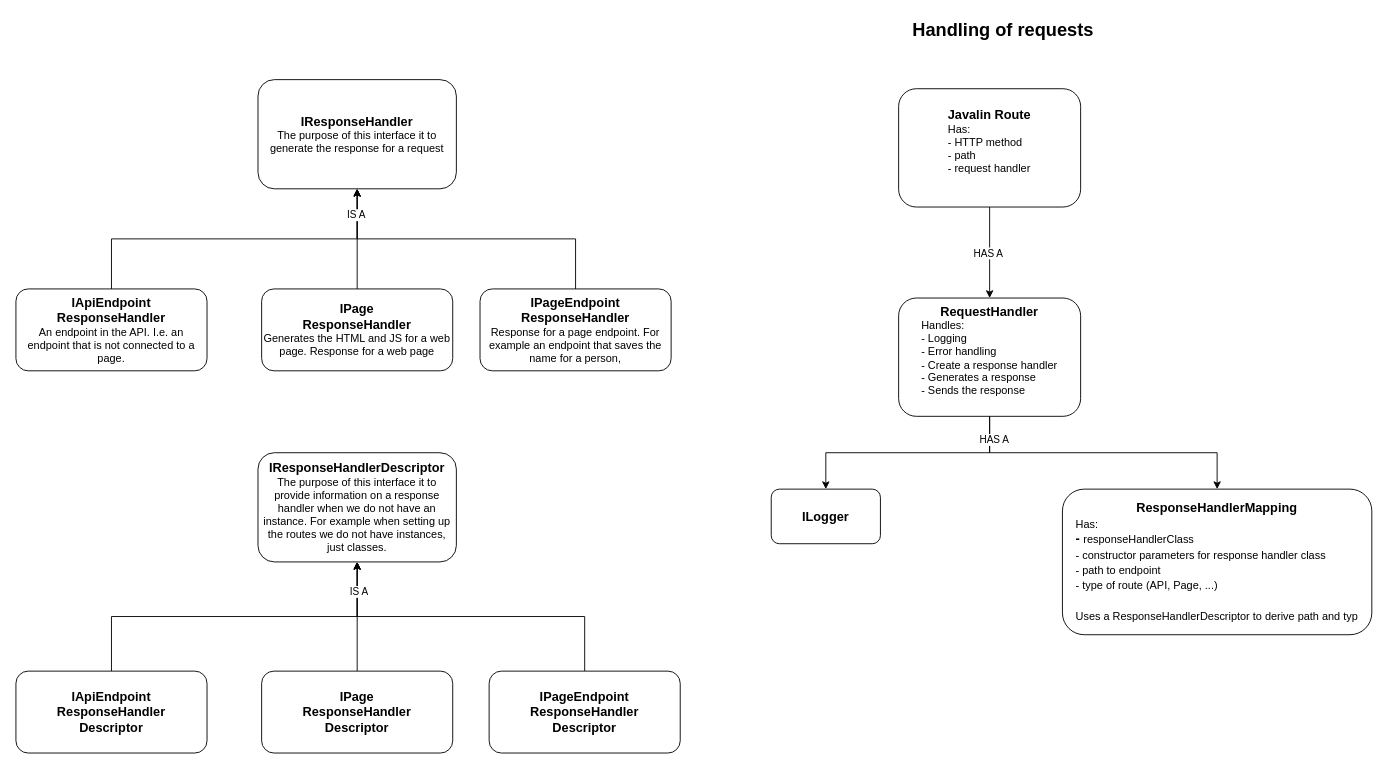
Above: diagram.drawio in Schinzel/web-blocks (draw.io), before the change. Source tidied: cells renumbered, new cells numbered last; positions are measured from the earlier drawing's top-left corner, leaving out a move shared by most shapes. Both pictures are drawn from the tidied source at 91%, with x=0, y=0 at pixel (15, 15).
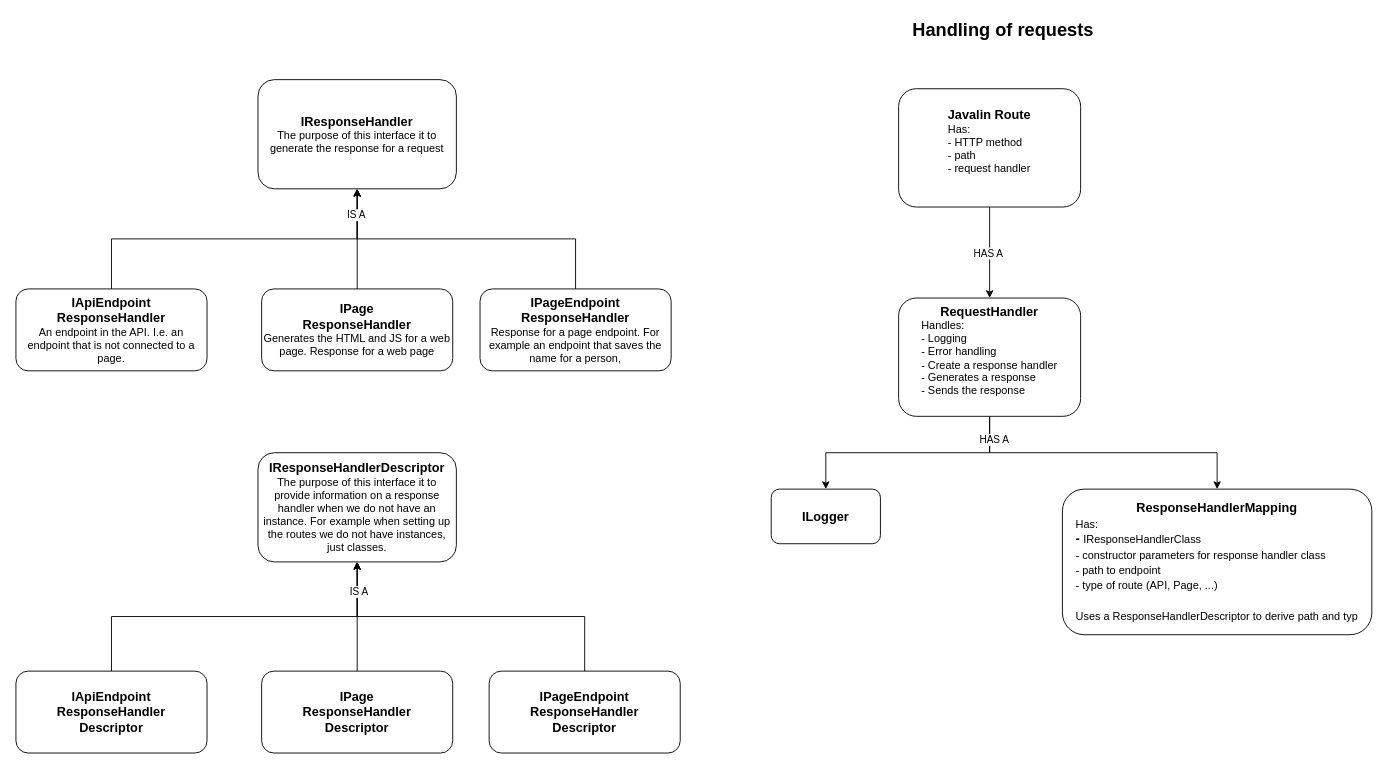
The same diagram, later.

The edit, as a diff of the source:
```diff
@@
-    <mxCell id="25" value="&lt;font style=&quot;font-size: 14px;&quot;&gt;&lt;b&gt;ResponseHandlerMapping&lt;/b&gt;&lt;br&gt;&lt;div style=&quot;text-align: left;&quot;&gt;&lt;span style=&quot;background-color: initial; font-size: 12px;&quot;&gt;Has:&lt;/span&gt;&lt;/div&gt;&lt;div style=&quot;font-weight: bold; text-align: left;&quot;&gt;&lt;b style=&quot;background-color: initial; font-size: 12px;&quot;&gt;&lt;font style=&quot;font-size: 14px;&quot;&gt;-&amp;nbsp;&lt;/font&gt;&lt;/b&gt;&lt;span style=&quot;background-color: initial; font-size: 12px; font-weight: normal;&quot;&gt;responseHandlerClass&lt;/span&gt;&lt;/div&gt;&lt;div style=&quot;font-weight: bold; text-align: left;&quot;&gt;&lt;span style=&quot;background-color: initial; font-size: 12px; font-weight: normal;&quot;&gt;- constructor parameters for response handler class&lt;/span&gt;&lt;/div&gt;&lt;div style=&quot;font-weight: bold; text-align: left;&quot;&gt;&lt;span style=&quot;background-color: initial; font-size: 12px; font-weight: normal;&quot;&gt;- path to endpoint&lt;/span&gt;&lt;/div&gt;&lt;div style=&quot;font-weight: bold; text-align: left;&quot;&gt;&lt;span style=&quot;background-color: initial; font-size: 12px; font-weight: normal;&quot;&gt;- type of route (API, Page, ...)&lt;/span&gt;&lt;/div&gt;&lt;div style=&quot;font-weight: bold; text-align: left;&quot;&gt;&lt;span style=&quot;background-color: initial; font-size: 12px; font-weight: normal;&quot;&gt;&lt;br&gt;&lt;/span&gt;&lt;/div&gt;&lt;div style=&quot;font-weight: bold; text-align: left;&quot;&gt;&lt;span style=&quot;background-color: initial; font-size: 12px; font-weight: normal;&quot;&gt;Uses a ResponseHandlerDescriptor to derive path and typ&lt;/span&gt;&lt;/div&gt;&lt;/font&gt;" style="rounded=1;whiteSpace=wrap;html=1;" parent="1" vertex="1">
+    <mxCell id="25" value="&lt;font style=&quot;&quot;&gt;&lt;b style=&quot;font-size: 14px;&quot;&gt;ResponseHandlerMapping&lt;/b&gt;&lt;br&gt;&lt;div style=&quot;font-size: 14px; text-align: left;&quot;&gt;&lt;span style=&quot;background-color: initial; font-size: 12px;&quot;&gt;Has:&lt;/span&gt;&lt;/div&gt;&lt;div style=&quot;text-align: left;&quot;&gt;&lt;span style=&quot;background-color: initial;&quot;&gt;&lt;font style=&quot;&quot;&gt;&lt;b style=&quot;font-size: 14px;&quot;&gt;- &lt;/b&gt;&lt;font style=&quot;font-size: 12px;&quot;&gt;IR&lt;/font&gt;&lt;/font&gt;&lt;/span&gt;&lt;span style=&quot;font-size: 12px; font-weight: normal; background-color: initial;&quot;&gt;esponseHandlerClass&lt;/span&gt;&lt;/div&gt;&lt;div style=&quot;font-size: 14px; font-weight: bold; text-align: left;&quot;&gt;&lt;span style=&quot;background-color: initial; font-size: 12px; font-weight: normal;&quot;&gt;- constructor parameters for response handler class&lt;/span&gt;&lt;/div&gt;&lt;div style=&quot;font-size: 14px; font-weight: bold; text-align: left;&quot;&gt;&lt;span style=&quot;background-color: initial; font-size: 12px; font-weight: normal;&quot;&gt;- path to endpoint&lt;/span&gt;&lt;/div&gt;&lt;div style=&quot;font-size: 14px; font-weight: bold; text-align: left;&quot;&gt;&lt;span style=&quot;background-color: initial; font-size: 12px; font-weight: normal;&quot;&gt;- type of route (API, Page, ...)&lt;/span&gt;&lt;/div&gt;&lt;div style=&quot;font-size: 14px; font-weight: bold; text-align: left;&quot;&gt;&lt;span style=&quot;background-color: initial; font-size: 12px; font-weight: normal;&quot;&gt;&lt;br&gt;&lt;/span&gt;&lt;/div&gt;&lt;div style=&quot;font-size: 14px; font-weight: bold; text-align: left;&quot;&gt;&lt;span style=&quot;background-color: initial; font-size: 12px; font-weight: normal;&quot;&gt;Uses a ResponseHandlerDescriptor to derive path and typ&lt;/span&gt;&lt;/div&gt;&lt;/font&gt;" style="rounded=1;whiteSpace=wrap;html=1;" parent="1" vertex="1">
       <mxGeometry x="1150" y="520" width="340" height="160" as="geometry" />
     </mxCell>
```
